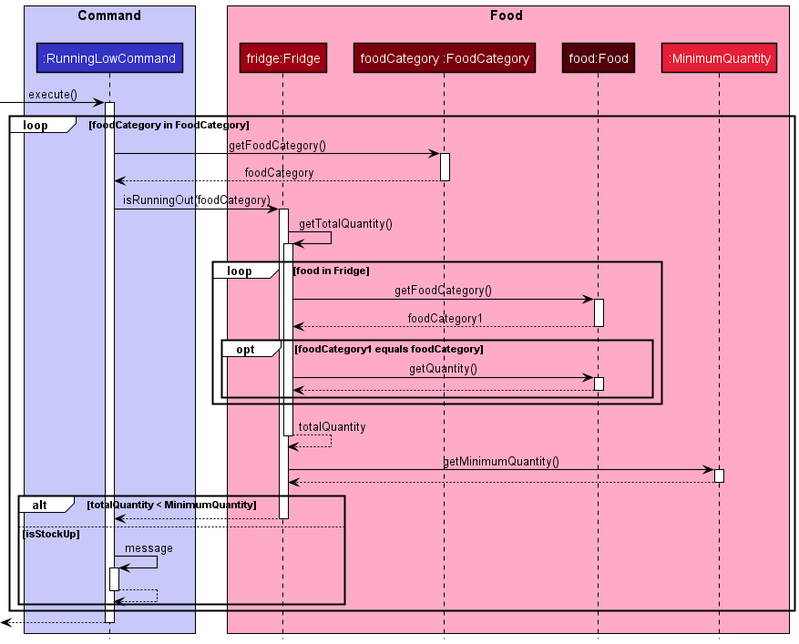
nus-cs2113-AY2021S2/tp keeps this PlantUML diagram as docs/diagrams/diagram_images/RunningLowSequenceDiagram.png. Above is the earlier version.
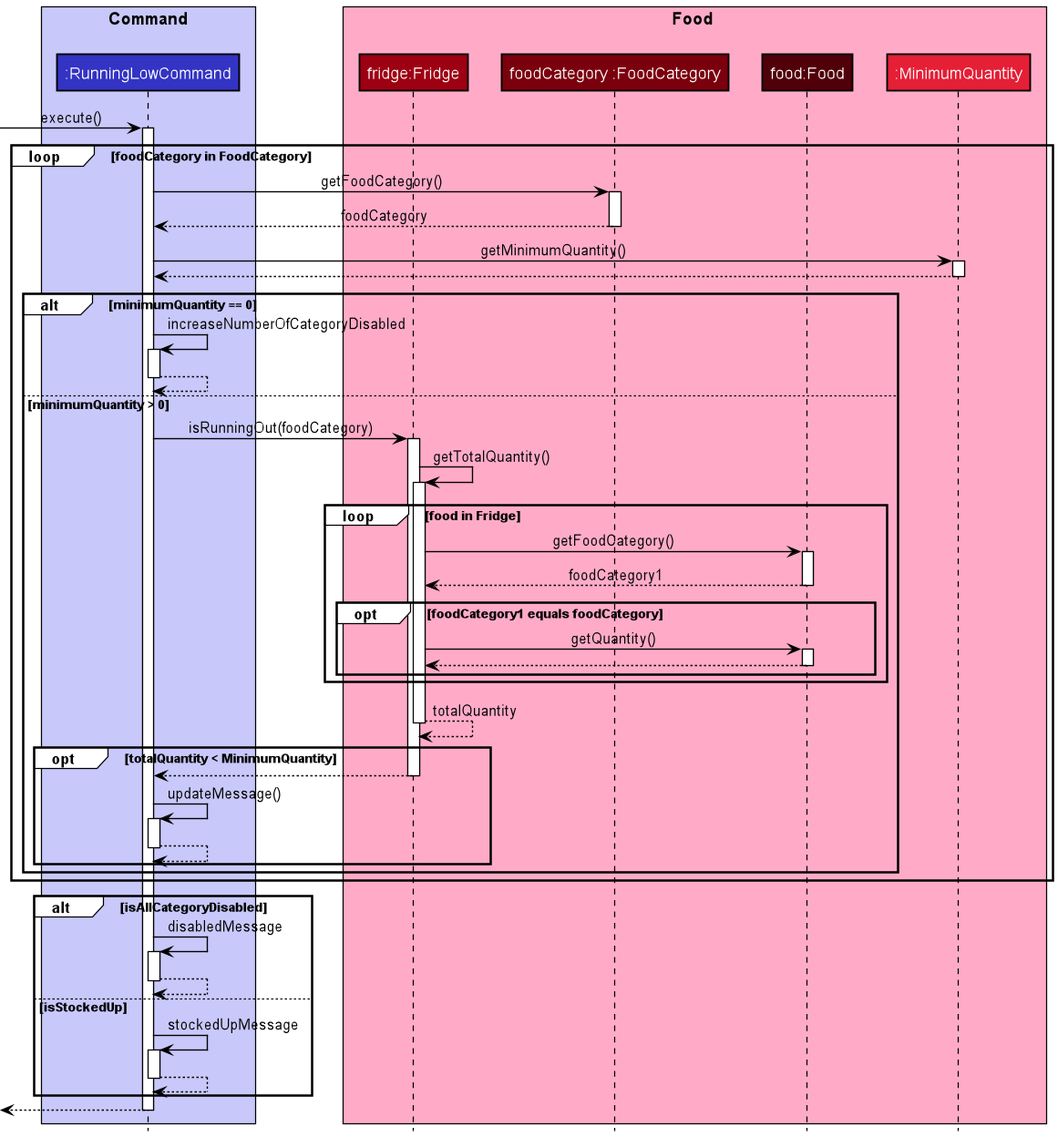
Above is the later version.

The edit, as a diff of the source:
```diff
@@ -20,8 +20,14 @@
     RunningLowCommand -> FoodCategory: getFoodCategory()
     return foodCategory
 
-    RunningLowCommand -> Fridge: isRunningOut(foodCategory)
-    Fridge -> Fridge: getTotalQuantity()
+    RunningLowCommand -> MinimumQuantity: getMinimumQuantity()
+    return
+    alt minimumQuantity == 0
+        RunningLowCommand -> RunningLowCommand: increaseNumberOfCategoryDisabled
+        return
+    else minimumQuantity > 0
+        RunningLowCommand -> Fridge: isRunningOut(foodCategory)
+        Fridge -> Fridge: getTotalQuantity()
     loop food in Fridge
         Fridge -> Food: getFoodCategory()
         return foodCategory1
@@ -32,15 +38,21 @@
     end
     return totalQuantity
 
-    Fridge -> MinimumQuantity: getMinimumQuantity()
-    return
-
-    alt totalQuantity < MinimumQuantity
+    opt totalQuantity < MinimumQuantity
         return
-    else isStockUp
-        RunningLowCommand -> RunningLowCommand: message
+        RunningLowCommand -> RunningLowCommand: updateMessage()
         return
     end
+    end
 end
+
+    alt isAllCategoryDisabled
+        RunningLowCommand -> RunningLowCommand: disabledMessage
+        return
+    else isStockedUp
+        RunningLowCommand -> RunningLowCommand: stockedUpMessage
+        return
+    end
+
 return
 @enduml
```
